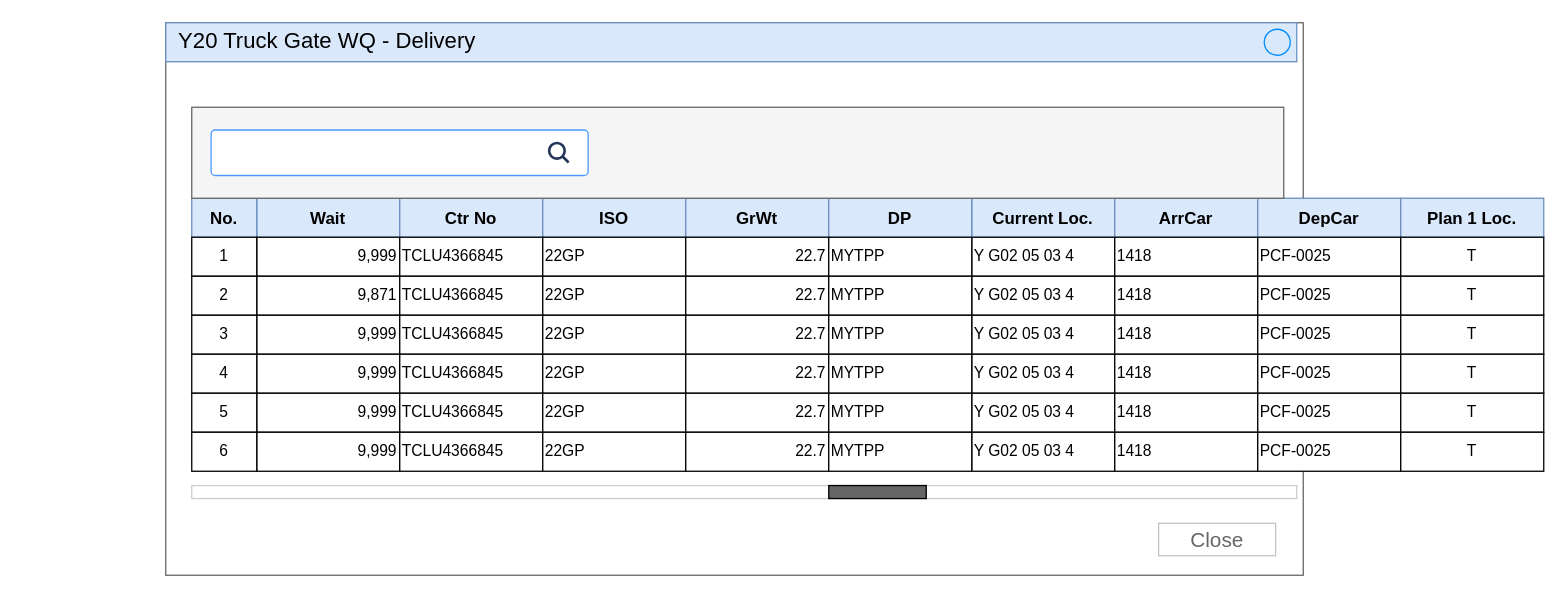
The draw.io diagram page "Y20" (2 of 3) of documents/sprint-2/Y Management.drawio in csu-anzai/SNP-CMS, before the edit. Source tidied: cells renumbered, new cells numbered last; positions are measured from the earlier drawing's top-left corner, leaving out a move shared by most shapes. Both pictures are drawn from the tidied source at 130%, with x=0, y=0 at pixel (165, 22).
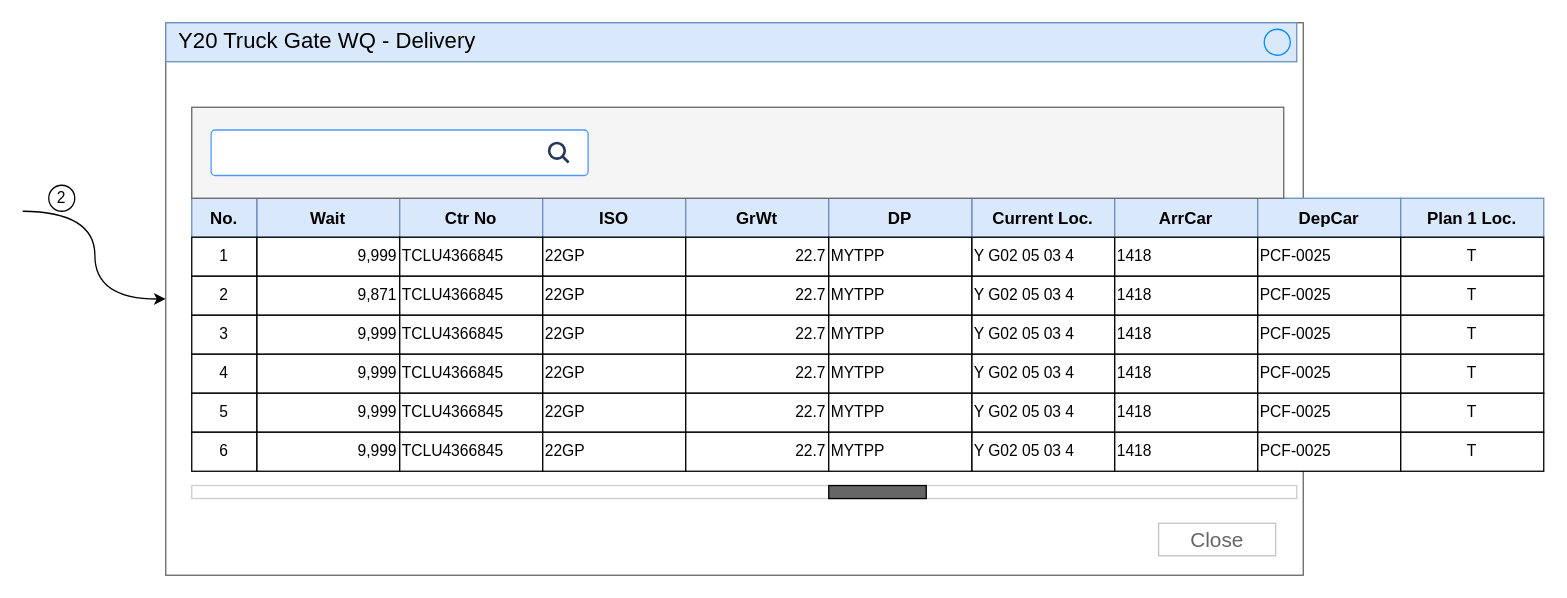
Above is the later version.

Unchanged cells that the change refers to:
```xml
<mxCell id="2" style="strokeWidth=1;shadow=0;dashed=0;align=center;html=1;shape=mxgraph.mockup.containers.rrect;rSize=0;strokeColor=#666666;fontColor=#666666;fontSize=17;verticalAlign=top;whiteSpace=wrap;fillColor=#ffffff;spacingTop=32;" parent="1" vertex="1">
  <mxGeometry width="875" height="425" as="geometry" />
</mxCell>
```

Change to the diagram source:
```diff
@@
+    <mxCell id="81" style="edgeStyle=orthogonalEdgeStyle;rounded=0;jettySize=auto;html=1;curved=1;startArrow=classic;startFill=1;endArrow=none;endFill=0;" parent="1" edge="1" source="2">
+      <mxGeometry relative="1" as="geometry">
+        <mxPoint x="-110" y="145" as="targetPoint" />
+      </mxGeometry>
+    </mxCell>
@@
+    <mxCell id="82" value="2" style="ellipse;whiteSpace=wrap;html=1;" parent="1" vertex="1">
+      <mxGeometry x="-90" y="125" width="20" height="20" as="geometry" />
+    </mxCell>
```
